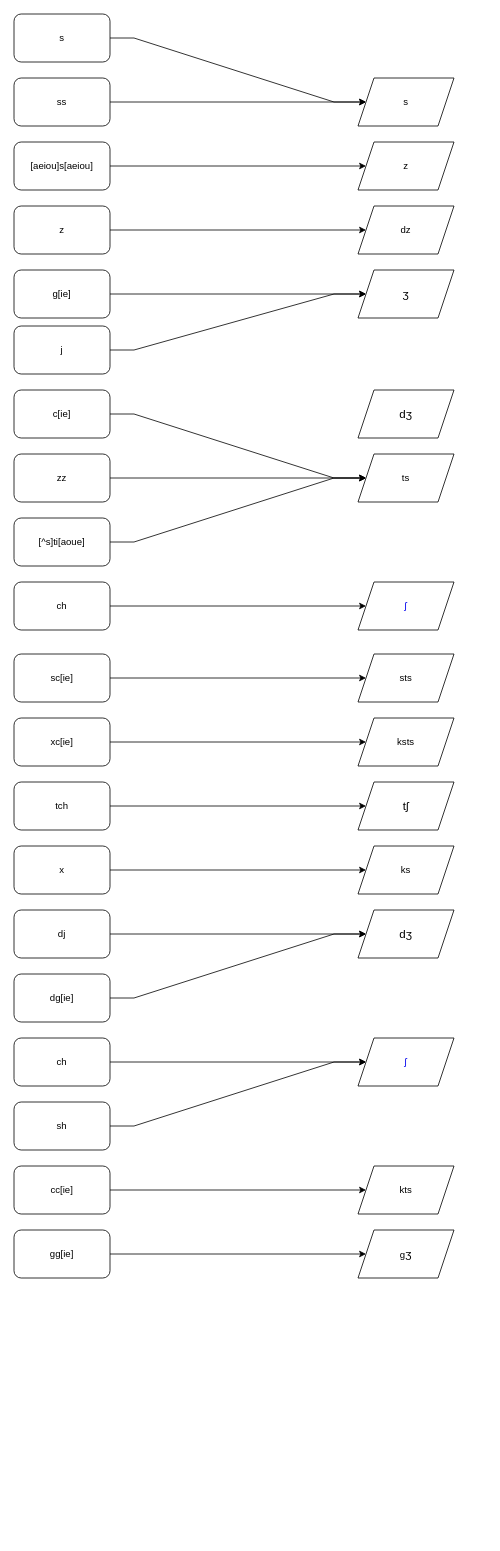
Before: proposed mappings.drawio in medavox/drawio.diagrams, a draw.io diagram. Source tidied: cells renumbered, new cells numbered last; positions are measured from the earlier drawing's top-left corner, leaving out a move shared by most shapes. Both pictures are drawn from the tidied source at 80%, with x=0, y=0 at pixel (14, 14).
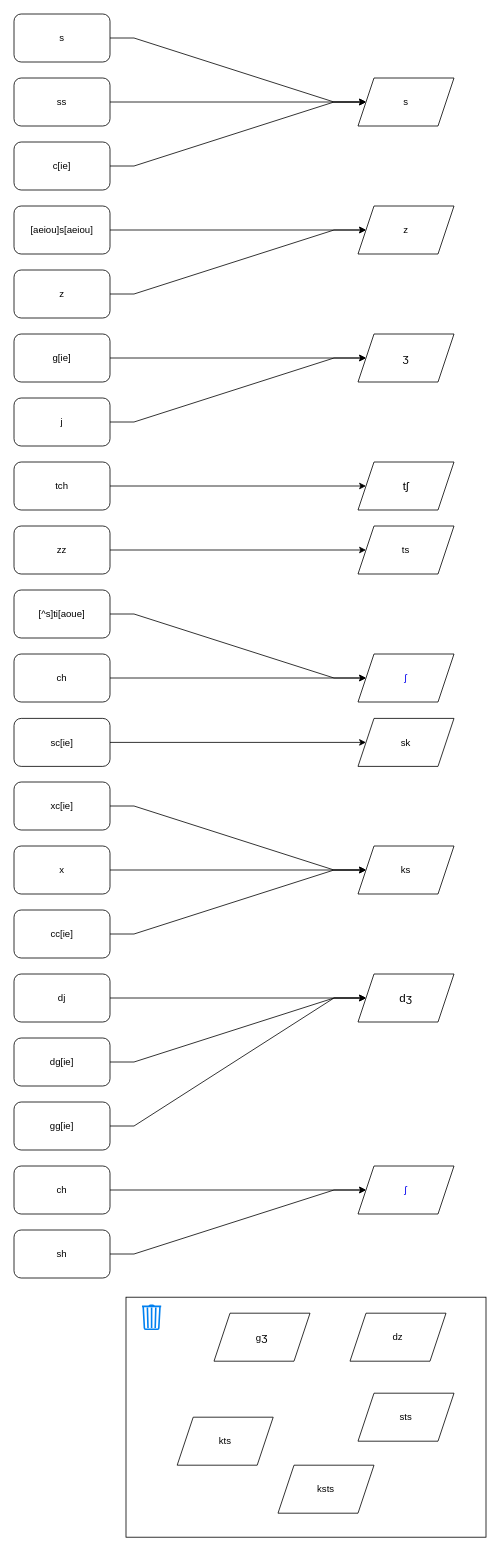
Above is the later version.

Commit message:
come up with actual proposal.drawio

Unchanged cells that the change refers to:
```xml
<mxCell id="6" value="s" style="shape=parallelogram;perimeter=parallelogramPerimeter;whiteSpace=wrap;html=1;fixedSize=1;" parent="1" vertex="1">
  <mxGeometry x="430" y="80" width="120" height="60" as="geometry" />
</mxCell>
<mxCell id="44" value="ks" style="shape=parallelogram;perimeter=parallelogramPerimeter;whiteSpace=wrap;html=1;fixedSize=1;" parent="1" vertex="1">
  <mxGeometry x="430" y="1040" width="120" height="60" as="geometry" />
</mxCell>
```

The edit, as a diff of the source:
```diff
@@
+    <mxCell id="57" style="rounded=0;whiteSpace=wrap;html=1;" parent="1" vertex="1">
+      <mxGeometry x="140" y="1604" width="450" height="300" as="geometry" />
+    </mxCell>
@@
     <mxCell id="7" value="&lt;span class=&quot;IPA&quot; lang=&quot;und-fonipa&quot;&gt;&lt;a title=&quot;Voiceless postalveolar fricative&quot; href=&quot;https://en.wikipedia.org/wiki/Voiceless_postalveolar_fricative&quot;&gt;ʃ&lt;/a&gt;&lt;/span&gt;" style="shape=parallelogram;perimeter=parallelogramPerimeter;whiteSpace=wrap;html=1;fixedSize=1;" parent="1" vertex="1">
-      <mxGeometry x="430" y="710" width="120" height="60" as="geometry" />
+      <mxGeometry x="430" y="800" width="120" height="60" as="geometry" />
     </mxCell>
     <mxCell id="8" value="z" style="shape=parallelogram;perimeter=parallelogramPerimeter;whiteSpace=wrap;html=1;fixedSize=1;" parent="1" vertex="1">
-      <mxGeometry x="430" y="160" width="120" height="60" as="geometry" />
+      <mxGeometry x="430" y="240" width="120" height="60" as="geometry" />
     </mxCell>
-    <mxCell id="9" value="&lt;span style=&quot;font-size: 120%;&quot;&gt;&lt;span class=&quot;IPA&quot; title=&quot;Representation in the International Phonetic Alphabet (IPA)&quot; lang=&quot;und-Latn-fonipa&quot;&gt;dʒ&lt;/span&gt;&lt;/span&gt;" style="shape=parallelogram;perimeter=parallelogramPerimeter;whiteSpace=wrap;html=1;fixedSize=1;" parent="1" vertex="1">
-      <mxGeometry x="430" y="470" width="120" height="60" as="geometry" />
-    </mxCell>
     <mxCell id="10" value="dz" style="shape=parallelogram;perimeter=parallelogramPerimeter;whiteSpace=wrap;html=1;fixedSize=1;" parent="1" vertex="1">
-      <mxGeometry x="430" y="240" width="120" height="60" as="geometry" />
+      <mxGeometry x="420" y="1624" width="120" height="60" as="geometry" />
     </mxCell>
     <mxCell id="11" value="ts" style="shape=parallelogram;perimeter=parallelogramPerimeter;whiteSpace=wrap;html=1;fixedSize=1;" parent="1" vertex="1">
-      <mxGeometry x="430" y="550" width="120" height="60" as="geometry" />
+      <mxGeometry x="430" y="640" width="120" height="60" as="geometry" />
     </mxCell>
-    <mxCell id="12" style="edgeStyle=entityRelationEdgeStyle;rounded=0;jettySize=auto;html=1;fontColor=#000000;" parent="1" edge="1" source="13" target="11">
+    <mxCell id="12" style="edgeStyle=entityRelationEdgeStyle;rounded=0;jettySize=auto;html=1;fontColor=#000000;" parent="1" edge="1" source="13" target="6">
       <mxGeometry relative="1" as="geometry" />
     </mxCell>
     <mxCell id="13" value="c[ie]" style="rounded=1;whiteSpace=wrap;html=1;" parent="1" vertex="1">
-      <mxGeometry y="470" width="120" height="60" as="geometry" />
+      <mxGeometry y="160" width="120" height="60" as="geometry" />
     </mxCell>
-    <mxCell id="14" style="edgeStyle=entityRelationEdgeStyle;rounded=0;jettySize=auto;html=1;fontColor=#000000;" parent="1" edge="1" source="15" target="10">
+    <mxCell id="14" style="edgeStyle=entityRelationEdgeStyle;rounded=0;jettySize=auto;html=1;fontColor=#000000;" parent="1" edge="1" source="15" target="8">
       <mxGeometry relative="1" as="geometry" />
     </mxCell>
     <mxCell id="15" value="z" style="rounded=1;whiteSpace=wrap;html=1;" parent="1" vertex="1">
-      <mxGeometry y="240" width="120" height="60" as="geometry" />
+      <mxGeometry y="320" width="120" height="60" as="geometry" />
     </mxCell>
@@
     <mxCell id="17" value="zz" style="rounded=1;whiteSpace=wrap;html=1;" parent="1" vertex="1">
-      <mxGeometry y="550" width="120" height="60" as="geometry" />
+      <mxGeometry y="640" width="120" height="60" as="geometry" />
     </mxCell>
@@
     <mxCell id="19" value="[aeiou]s[aeiou]" style="rounded=1;whiteSpace=wrap;html=1;" parent="1" vertex="1">
-      <mxGeometry y="160" width="120" height="60" as="geometry" />
+      <mxGeometry y="240" width="120" height="60" as="geometry" />
     </mxCell>
@@
     <mxCell id="21" value="g[ie]" style="rounded=1;whiteSpace=wrap;html=1;" parent="1" vertex="1">
-      <mxGeometry y="320" width="120" height="60" as="geometry" />
+      <mxGeometry y="400" width="120" height="60" as="geometry" />
     </mxCell>
@@
     <mxCell id="23" value="ch" style="rounded=1;whiteSpace=wrap;html=1;fontColor=#000000;" parent="1" vertex="1">
-      <mxGeometry y="710" width="120" height="60" as="geometry" />
+      <mxGeometry y="800" width="120" height="60" as="geometry" />
     </mxCell>
@@
     <mxCell id="25" value="j" style="rounded=1;whiteSpace=wrap;html=1;fontColor=#000000;" parent="1" vertex="1">
-      <mxGeometry y="390" width="120" height="60" as="geometry" />
+      <mxGeometry y="480" width="120" height="60" as="geometry" />
     </mxCell>
-    <mxCell id="26" style="edgeStyle=entityRelationEdgeStyle;rounded=0;jettySize=auto;html=1;fontColor=#000000;" parent="1" edge="1" source="27" target="11">
+    <mxCell id="26" style="edgeStyle=entityRelationEdgeStyle;rounded=0;jettySize=auto;html=1;fontColor=#000000;" parent="1" edge="1" source="27" target="7">
       <mxGeometry relative="1" as="geometry" />
     </mxCell>
     <mxCell id="27" value="[^s]ti[aoue]" style="rounded=1;whiteSpace=wrap;html=1;fontColor=#000000;" parent="1" vertex="1">
-      <mxGeometry y="630" width="120" height="60" as="geometry" />
+      <mxGeometry y="720" width="120" height="60" as="geometry" />
     </mxCell>
     <mxCell id="28" value="sts" style="shape=parallelogram;perimeter=parallelogramPerimeter;whiteSpace=wrap;html=1;fixedSize=1;fontColor=#000000;" parent="1" vertex="1">
-      <mxGeometry x="430" y="800" width="120" height="60" as="geometry" />
+      <mxGeometry x="430" y="1724" width="120" height="60" as="geometry" />
     </mxCell>
-    <mxCell id="29" style="edgeStyle=entityRelationEdgeStyle;rounded=0;jettySize=auto;html=1;fontColor=#000000;" parent="1" edge="1" source="30" target="28">
+    <mxCell id="29" style="edgeStyle=entityRelationEdgeStyle;rounded=0;jettySize=auto;html=1;fontColor=#000000;" parent="1" edge="1" source="30" target="58">
       <mxGeometry relative="1" as="geometry" />
     </mxCell>
     <mxCell id="30" value="sc[ie]" style="rounded=1;whiteSpace=wrap;html=1;fontColor=#000000;" parent="1" vertex="1">
-      <mxGeometry y="800" width="120" height="60" as="geometry" />
+      <mxGeometry y="880.5" width="120" height="60" as="geometry" />
     </mxCell>
-    <mxCell id="31" style="edgeStyle=entityRelationEdgeStyle;rounded=0;jettySize=auto;html=1;fontColor=#000000;" parent="1" edge="1" source="32" target="33">
+    <mxCell id="31" style="edgeStyle=entityRelationEdgeStyle;rounded=0;jettySize=auto;html=1;fontColor=#000000;" parent="1" edge="1" source="32" target="44">
       <mxGeometry relative="1" as="geometry" />
     </mxCell>
     <mxCell id="32" value="xc[ie]" style="rounded=1;whiteSpace=wrap;html=1;fontColor=#000000;" parent="1" vertex="1">
-      <mxGeometry y="880" width="120" height="60" as="geometry" />
+      <mxGeometry y="960" width="120" height="60" as="geometry" />
     </mxCell>
     <mxCell id="33" value="ksts" style="shape=parallelogram;perimeter=parallelogramPerimeter;whiteSpace=wrap;html=1;fixedSize=1;fontColor=#000000;" parent="1" vertex="1">
-      <mxGeometry x="430" y="880" width="120" height="60" as="geometry" />
+      <mxGeometry x="330" y="1814" width="120" height="60" as="geometry" />
     </mxCell>
     <mxCell id="34" value="&lt;span style=&quot;font-size: 120%;&quot;&gt;&lt;span class=&quot;IPA&quot; title=&quot;Representation in the International Phonetic Alphabet (IPA)&quot; lang=&quot;und-Latn-fonipa&quot;&gt;ʒ&lt;/span&gt;&lt;/span&gt;" style="shape=parallelogram;perimeter=parallelogramPerimeter;whiteSpace=wrap;html=1;fixedSize=1;" parent="1" vertex="1">
-      <mxGeometry x="430" y="320" width="120" height="60" as="geometry" />
+      <mxGeometry x="430" y="400" width="120" height="60" as="geometry" />
     </mxCell>
     <mxCell id="35" value="&lt;span class=&quot;IPA&quot; lang=&quot;und-fonipa&quot;&gt;&lt;a href=&quot;https://en.wikipedia.org/wiki/Voiceless_postalveolar_fricative&quot; title=&quot;Voiceless postalveolar fricative&quot;&gt;ʃ&lt;/a&gt;&lt;/span&gt;" style="shape=parallelogram;perimeter=parallelogramPerimeter;whiteSpace=wrap;html=1;fixedSize=1;" parent="1" vertex="1">
-      <mxGeometry x="430" y="1280" width="120" height="60" as="geometry" />
+      <mxGeometry x="430" y="1440" width="120" height="60" as="geometry" />
     </mxCell>
     <mxCell id="36" value="&lt;span style=&quot;font-size: 120%;&quot;&gt;&lt;span class=&quot;IPA&quot; title=&quot;Representation in the International Phonetic Alphabet (IPA)&quot; lang=&quot;und-Latn-fonipa&quot;&gt;tʃ&lt;/span&gt;&lt;/span&gt;" style="shape=parallelogram;perimeter=parallelogramPerimeter;whiteSpace=wrap;html=1;fixedSize=1;" parent="1" vertex="1">
-      <mxGeometry x="430" y="960" width="120" height="60" as="geometry" />
+      <mxGeometry x="430" y="560" width="120" height="60" as="geometry" />
     </mxCell>
     <mxCell id="37" value="&lt;span style=&quot;font-size: 120%;&quot;&gt;&lt;span class=&quot;IPA&quot; title=&quot;Representation in the International Phonetic Alphabet (IPA)&quot; lang=&quot;und-Latn-fonipa&quot;&gt;dʒ&lt;/span&gt;&lt;/span&gt;" style="shape=parallelogram;perimeter=parallelogramPerimeter;whiteSpace=wrap;html=1;fixedSize=1;" parent="1" vertex="1">
-      <mxGeometry x="430" y="1120" width="120" height="60" as="geometry" />
+      <mxGeometry x="430" y="1200" width="120" height="60" as="geometry" />
     </mxCell>
@@
     <mxCell id="39" value="ch" style="rounded=1;whiteSpace=wrap;html=1;fontColor=#000000;" parent="1" vertex="1">
-      <mxGeometry y="1280" width="120" height="60" as="geometry" />
+      <mxGeometry y="1440" width="120" height="60" as="geometry" />
     </mxCell>
@@
     <mxCell id="41" value="tch" style="rounded=1;whiteSpace=wrap;html=1;fontColor=#000000;" parent="1" vertex="1">
-      <mxGeometry y="960" width="120" height="60" as="geometry" />
+      <mxGeometry y="560" width="120" height="60" as="geometry" />
     </mxCell>
@@
     <mxCell id="46" value="dj" style="rounded=1;whiteSpace=wrap;html=1;fontColor=#000000;" parent="1" vertex="1">
-      <mxGeometry y="1120" width="120" height="60" as="geometry" />
+      <mxGeometry y="1200" width="120" height="60" as="geometry" />
     </mxCell>
@@
     <mxCell id="48" value="dg[ie]" style="rounded=1;whiteSpace=wrap;html=1;fontColor=#000000;" parent="1" vertex="1">
-      <mxGeometry y="1200" width="120" height="60" as="geometry" />
+      <mxGeometry y="1280" width="120" height="60" as="geometry" />
     </mxCell>
@@
     <mxCell id="50" value="sh" style="rounded=1;whiteSpace=wrap;html=1;fontColor=#000000;" parent="1" vertex="1">
-      <mxGeometry y="1360" width="120" height="60" as="geometry" />
+      <mxGeometry y="1520" width="120" height="60" as="geometry" />
     </mxCell>
-    <mxCell id="51" style="edgeStyle=entityRelationEdgeStyle;rounded=0;jettySize=auto;html=1;fontColor=#000000;" parent="1" edge="1" source="52" target="53">
+    <mxCell id="51" style="edgeStyle=entityRelationEdgeStyle;rounded=0;jettySize=auto;html=1;fontColor=#000000;" parent="1" edge="1" source="52" target="44">
       <mxGeometry relative="1" as="geometry" />
     </mxCell>
     <mxCell id="52" value="cc[ie]" style="rounded=1;whiteSpace=wrap;html=1;fontColor=#000000;" parent="1" vertex="1">
-      <mxGeometry y="1440" width="120" height="60" as="geometry" />
+      <mxGeometry y="1120" width="120" height="60" as="geometry" />
     </mxCell>
     <mxCell id="53" value="kts" style="shape=parallelogram;perimeter=parallelogramPerimeter;whiteSpace=wrap;html=1;fixedSize=1;fontColor=#000000;" parent="1" vertex="1">
-      <mxGeometry x="430" y="1440" width="120" height="60" as="geometry" />
+      <mxGeometry x="204" y="1754" width="120" height="60" as="geometry" />
     </mxCell>
-    <mxCell id="54" style="edgeStyle=entityRelationEdgeStyle;rounded=0;jettySize=auto;html=1;fontColor=#000000;" parent="1" edge="1" source="55" target="56">
+    <mxCell id="54" style="edgeStyle=entityRelationEdgeStyle;rounded=0;jettySize=auto;html=1;fontColor=#000000;" parent="1" edge="1" source="55" target="37">
       <mxGeometry relative="1" as="geometry" />
     </mxCell>
     <mxCell id="55" value="gg[ie]" style="rounded=1;whiteSpace=wrap;html=1;fontColor=#000000;" parent="1" vertex="1">
-      <mxGeometry y="1520" width="120" height="60" as="geometry" />
+      <mxGeometry y="1360" width="120" height="60" as="geometry" />
     </mxCell>
     <mxCell id="56" value="g&lt;span style=&quot;font-size: 120%;&quot;&gt;&lt;span class=&quot;IPA&quot; title=&quot;Representation in the International Phonetic Alphabet (IPA)&quot; lang=&quot;und-Latn-fonipa&quot;&gt;ʒ&lt;/span&gt;&lt;/span&gt;" style="shape=parallelogram;perimeter=parallelogramPerimeter;whiteSpace=wrap;html=1;fixedSize=1;fontColor=#000000;" parent="1" vertex="1">
-      <mxGeometry x="430" y="1520" width="120" height="60" as="geometry" />
+      <mxGeometry x="250" y="1624" width="120" height="60" as="geometry" />
     </mxCell>
+    <mxCell id="58" value="sk" style="shape=parallelogram;perimeter=parallelogramPerimeter;whiteSpace=wrap;html=1;fixedSize=1;" parent="1" vertex="1">
+      <mxGeometry x="430" y="880.5" width="120" height="60" as="geometry" />
+    </mxCell>
+    <mxCell id="59" style="html=1;verticalLabelPosition=bottom;align=center;labelBackgroundColor=#ffffff;verticalAlign=top;strokeWidth=2;strokeColor=#0080F0;shadow=0;dashed=0;shape=mxgraph.ios7.icons.trashcan;" parent="1" vertex="1">
+      <mxGeometry x="160" y="1614" width="24" height="30" as="geometry" />
+    </mxCell>
```
